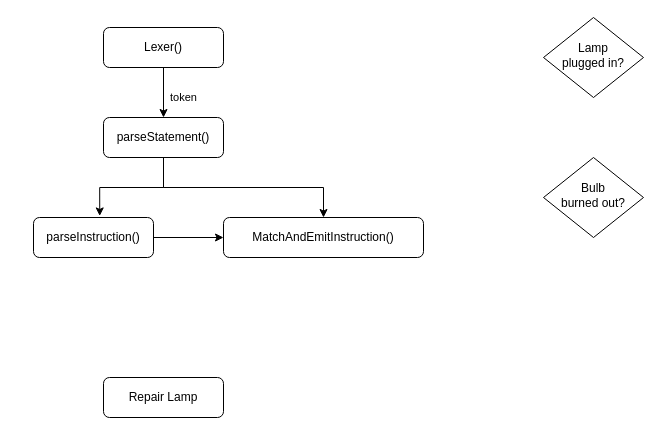
The draw.io diagram llvm-mc 汇编流程.drawio in liyp1120/draw.io, before the edit. Source tidied: cells renumbered, new cells numbered last; positions are measured from the earlier drawing's top-left corner, leaving out a move shared by most shapes. Both pictures are drawn from the tidied source at 100%, with x=0, y=0 at pixel (33, 17).
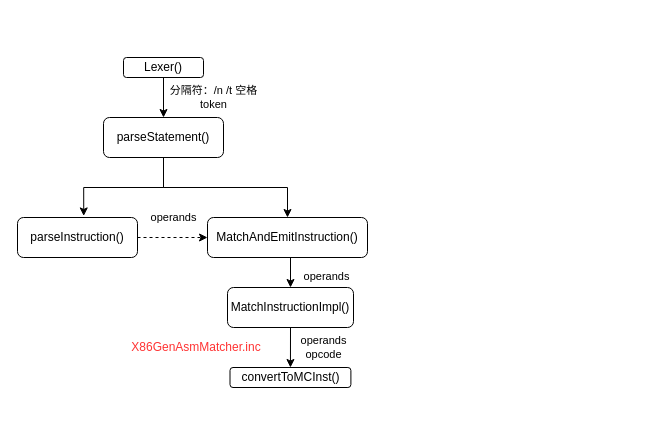
The same page after the edit.

Commit message (it also covers changes not shown here):
更新llvm-mc 汇编流程.drawio

Change to the diagram source:
```diff
@@
 <mxGraphModel>
   <root>
     <mxCell id="0" />
     <mxCell id="1" parent="0" />
-    <mxCell id="2" value="token" style="edgeStyle=orthogonalEdgeStyle;rounded=0;jettySize=auto;html=1;exitX=0.5;exitY=1;exitDx=0;exitDy=0;entryX=0.5;entryY=0;entryDx=0;entryDy=0;" parent="1" edge="1" source="3" target="7">
-      <mxGeometry x="0.2" y="20" relative="1" as="geometry" />
+    <mxCell id="2" value="&lt;font style=&quot;font-size: 11px;&quot;&gt;分隔符：/n /t 空格&lt;br style=&quot;font-size: 11px;&quot;&gt;token&lt;/font&gt;" style="edgeStyle=orthogonalEdgeStyle;rounded=0;jettySize=auto;html=1;exitX=0.5;exitY=1;exitDx=0;exitDy=0;entryX=0.5;entryY=0;entryDx=0;entryDy=0;" parent="1" edge="1" source="3" target="7">
+      <mxGeometry y="50" relative="1" as="geometry" />
     </mxCell>
     <mxCell id="3" value="Lexer()" style="rounded=1;whiteSpace=wrap;html=1;fontSize=12;glass=0;strokeWidth=1;shadow=0;" parent="1" vertex="1">
-      <mxGeometry x="70" y="10" width="120" height="40" as="geometry" />
+      <mxGeometry x="90" y="40" width="80" height="20" as="geometry" />
     </mxCell>
-    <mxCell id="4" value="Lamp&lt;br&gt;plugged in?" style="rhombus;whiteSpace=wrap;html=1;shadow=0;fontFamily=Helvetica;fontSize=12;align=center;strokeWidth=1;spacing=6;spacingTop=-4;" parent="1" vertex="1">
-      <mxGeometry x="510" width="100" height="80" as="geometry" />
-    </mxCell>
     <mxCell id="5" style="edgeStyle=orthogonalEdgeStyle;rounded=0;jettySize=auto;html=1;exitX=0.5;exitY=1;exitDx=0;exitDy=0;entryX=0.552;entryY=-0.039;entryDx=0;entryDy=0;entryPerimeter=0;" parent="1" edge="1" source="7" target="11">
       <mxGeometry relative="1" as="geometry" />
     </mxCell>
     <mxCell id="6" style="edgeStyle=orthogonalEdgeStyle;rounded=0;jettySize=auto;html=1;exitX=0.5;exitY=1;exitDx=0;exitDy=0;entryX=0.5;entryY=0;entryDx=0;entryDy=0;" parent="1" edge="1" source="7" target="12">
       <mxGeometry relative="1" as="geometry" />
     </mxCell>
     <mxCell id="7" value="parseStatement()" style="rounded=1;whiteSpace=wrap;html=1;fontSize=12;glass=0;strokeWidth=1;shadow=0;" parent="1" vertex="1">
       <mxGeometry x="70" y="100" width="120" height="40" as="geometry" />
     </mxCell>
-    <mxCell id="8" value="Bulb&lt;br&gt;burned out?" style="rhombus;whiteSpace=wrap;html=1;shadow=0;fontFamily=Helvetica;fontSize=12;align=center;strokeWidth=1;spacing=6;spacingTop=-4;" parent="1" vertex="1">
-      <mxGeometry x="510" y="140" width="100" height="80" as="geometry" />
-    </mxCell>
+    <mxCell id="13" value="operands&lt;br&gt;opcode" style="edgeStyle=orthogonalEdgeStyle;rounded=0;jettySize=auto;html=1;exitX=0.5;exitY=1;exitDx=0;exitDy=0;entryX=0.5;entryY=0;entryDx=0;entryDy=0;" parent="1" edge="1" source="9" target="15">
+      <mxGeometry y="33" relative="1" as="geometry" />
+    </mxCell>
-    <mxCell id="9" value="Repair Lamp" style="rounded=1;whiteSpace=wrap;html=1;fontSize=12;glass=0;strokeWidth=1;shadow=0;" parent="1" vertex="1">
-      <mxGeometry x="70" y="360" width="120" height="40" as="geometry" />
+    <mxCell id="9" value="MatchInstructionImpl()" style="rounded=1;whiteSpace=wrap;html=1;fontSize=12;glass=0;strokeWidth=1;shadow=0;" parent="1" vertex="1">
+      <mxGeometry x="194" y="270" width="126" height="40" as="geometry" />
     </mxCell>
-    <mxCell id="10" style="edgeStyle=orthogonalEdgeStyle;rounded=0;jettySize=auto;html=1;exitX=1;exitY=0.5;exitDx=0;exitDy=0;entryX=0;entryY=0.5;entryDx=0;entryDy=0;" parent="1" edge="1" source="11" target="12">
-      <mxGeometry relative="1" as="geometry" />
+    <mxCell id="10" value="operands" style="edgeStyle=orthogonalEdgeStyle;rounded=0;jettySize=auto;html=1;exitX=1;exitY=0.5;exitDx=0;exitDy=0;entryX=0;entryY=0.5;entryDx=0;entryDy=0;dashed=1;" parent="1" edge="1" source="11" target="12">
+      <mxGeometry x="0.03" y="20" relative="1" as="geometry" />
     </mxCell>
     <mxCell id="11" value="parseInstruction()" style="rounded=1;whiteSpace=wrap;html=1;fontSize=12;glass=0;strokeWidth=1;shadow=0;" parent="1" vertex="1">
-      <mxGeometry y="200" width="120" height="40" as="geometry" />
+      <mxGeometry x="-16" y="200" width="120" height="40" as="geometry" />
     </mxCell>
+    <mxCell id="14" value="operands" style="edgeStyle=orthogonalEdgeStyle;rounded=0;jettySize=auto;html=1;exitX=0.5;exitY=1;exitDx=0;exitDy=0;entryX=0.5;entryY=0;entryDx=0;entryDy=0;" parent="1" edge="1" source="12" target="9">
+      <mxGeometry x="0.33" y="36" relative="1" as="geometry" />
+    </mxCell>
     <mxCell id="12" value="MatchAndEmitInstruction()" style="rounded=1;whiteSpace=wrap;html=1;fontSize=12;glass=0;strokeWidth=1;shadow=0;" parent="1" vertex="1">
-      <mxGeometry x="190" y="200" width="200" height="40" as="geometry" />
+      <mxGeometry x="174" y="200" width="160" height="40" as="geometry" />
     </mxCell>
+    <mxCell id="15" value="convertToMCInst()" style="rounded=1;whiteSpace=wrap;html=1;fontSize=12;glass=0;strokeWidth=1;shadow=0;" parent="1" vertex="1">
+      <mxGeometry x="196.5" y="350" width="120.9" height="20" as="geometry" />
+    </mxCell>
+    <mxCell id="16" value="&lt;font color=&quot;#ff3333&quot;&gt;X86GenAsmMatcher.inc&lt;/font&gt;" style="rounded=0;whiteSpace=wrap;html=1;fillColor=none;strokeColor=none;" parent="1" vertex="1">
+      <mxGeometry x="90" y="320" width="146" height="20" as="geometry" />
+    </mxCell>
   </root>
 </mxGraphModel>
```
